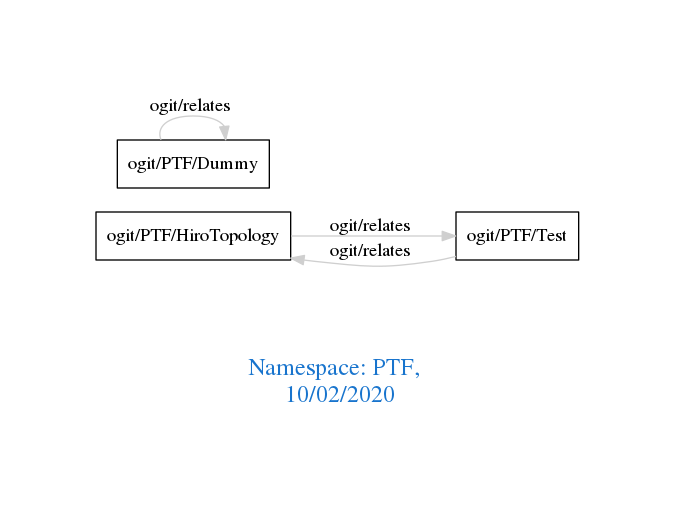
arago/OGIT keeps this Graphviz diagram as downloads/PTF.png. Above is the earlier version. Its source is kept beside it as downloads/PTF.dot.
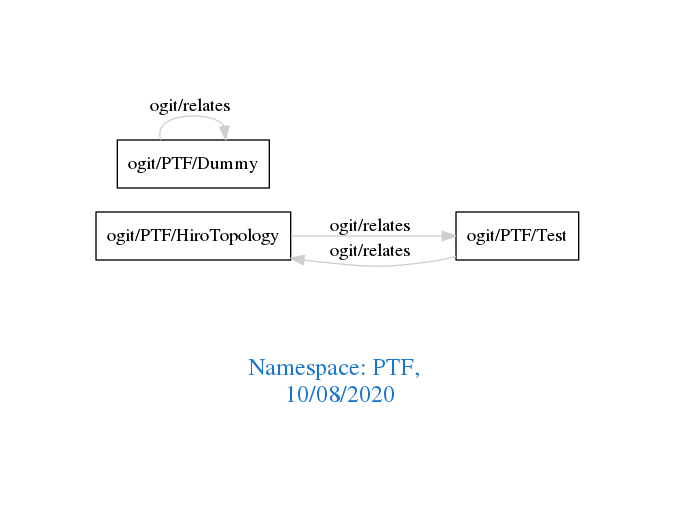
The same diagram one commit later.

Change to the diagram source:
```diff
@@ -1,7 +1,7 @@
 digraph OGIT_ontology {
  graph [ rankdir= LR,pad=1
 fontsize = 18,
-fontcolor= dodgerblue3,label = "\n\n\nNamespace: PTF, \n 10/02/2020"];
+fontcolor= dodgerblue3,label = "\n\n\nNamespace: PTF, \n 10/08/2020"];
 node[shape=polygon];
 edge [  color="gray81"];
 
```
